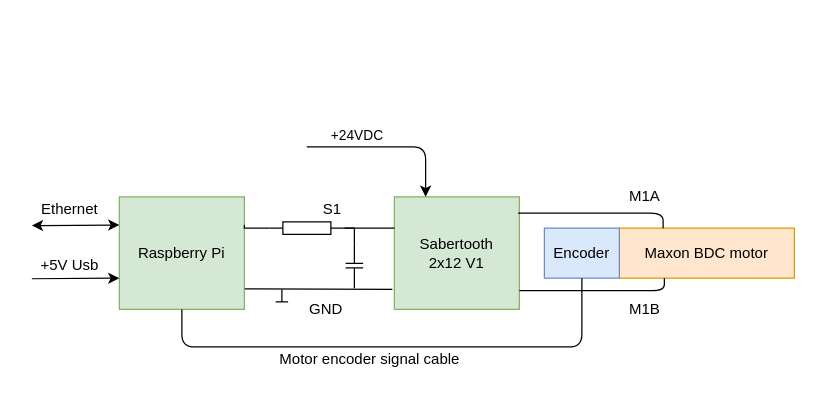
Jeedella/ElevatorControlSysFontys keeps this draw.io diagram as 4. System Engineering/MBSE wiring.drawio. Above is the earlier version. Source tidied: cells renumbered, new cells numbered last; positions are measured from the earlier drawing's top-left corner, leaving out a move shared by most shapes. Both pictures are drawn from the tidied source at 125%, with x=0, y=0 at pixel (31, 146).
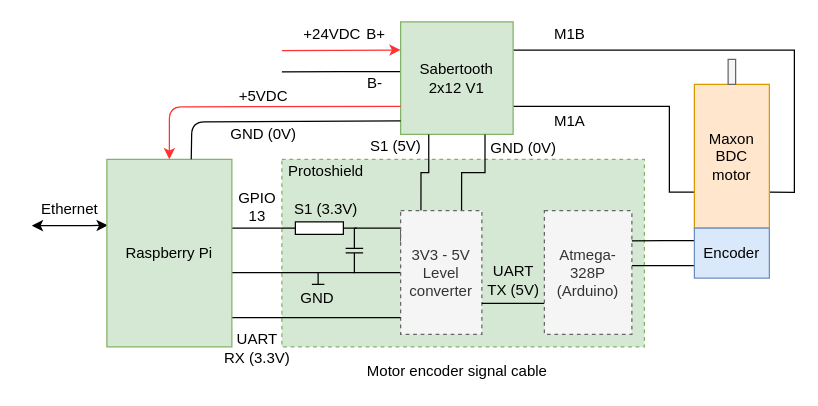
After the change.

Change to the diagram source:
```diff
@@
+    <mxCell id="28" style="rounded=0;whiteSpace=wrap;html=1;fillColor=#d5e8d4;strokeColor=#82b366;dashed=1;" parent="1" vertex="1">
+      <mxGeometry x="200" y="10" width="290" height="150" as="geometry" />
+    </mxCell>
+    <mxCell id="29" style="edgeStyle=orthogonalEdgeStyle;rounded=0;jettySize=auto;html=1;exitX=1;exitY=0.75;exitDx=0;exitDy=0;entryX=0;entryY=0.75;entryDx=0;entryDy=0;endArrow=none;endFill=0;" parent="1" edge="1" source="2" target="3">
+      <mxGeometry relative="1" as="geometry">
+        <Array as="points">
+          <mxPoint x="510" y="-32" />
+          <mxPoint x="510" y="36" />
+        </Array>
+      </mxGeometry>
+    </mxCell>
+    <mxCell id="30" style="edgeStyle=orthogonalEdgeStyle;rounded=0;jettySize=auto;html=1;exitX=1;exitY=0.25;exitDx=0;exitDy=0;entryX=1;entryY=0.75;entryDx=0;entryDy=0;endArrow=none;endFill=0;" parent="1" edge="1" source="2" target="3">
+      <mxGeometry relative="1" as="geometry" />
+    </mxCell>
+    <mxCell id="31" style="edgeStyle=orthogonalEdgeStyle;rounded=0;jettySize=auto;html=1;exitX=0.006;exitY=0.442;exitDx=0;exitDy=0;endArrow=none;endFill=0;exitPerimeter=0;" parent="1" edge="1" source="2">
+      <mxGeometry relative="1" as="geometry">
+        <mxPoint x="200" y="-60" as="targetPoint" />
+      </mxGeometry>
+    </mxCell>
     <mxCell id="2" value="Sabertooth&lt;br&gt;2x12 V1" style="rounded=0;whiteSpace=wrap;html=1;fillColor=#d5e8d4;strokeColor=#82b366;" parent="1" vertex="1">
-      <mxGeometry x="290" y="40" width="100" height="90" as="geometry" />
+      <mxGeometry x="295" y="-100" width="90" height="90" as="geometry" />
     </mxCell>
     <mxCell id="3" value="Maxon BDC motor" style="rounded=0;whiteSpace=wrap;html=1;fillColor=#ffe6cc;strokeColor=#d79b00;" parent="1" vertex="1">
-      <mxGeometry x="470" y="65" width="140" height="40" as="geometry" />
+      <mxGeometry x="530" y="-50" width="60" height="115" as="geometry" />
     </mxCell>
-    <mxCell id="4" value="Raspberry Pi" style="rounded=0;whiteSpace=wrap;html=1;fillColor=#d5e8d4;strokeColor=#82b366;" parent="1" vertex="1">
-      <mxGeometry x="70" y="40" width="100" height="90" as="geometry" />
-    </mxCell>
-    <mxCell id="5" style="endArrow=classic;startArrow=classic;html=1;entryX=0;entryY=0.25;entryDx=0;entryDy=0;" parent="1" edge="1" target="4">
+    <mxCell id="5" style="endArrow=classic;startArrow=classic;html=1;entryX=0.007;entryY=0.352;entryDx=0;entryDy=0;entryPerimeter=0;" parent="1" edge="1" target="4">
       <mxGeometry relative="1" as="geometry">
         <mxPoint y="63" as="sourcePoint" />
+        <Array as="points">
+          <mxPoint x="40" y="63" />
+        </Array>
       </mxGeometry>
     </mxCell>
@@
-    <mxCell id="7" style="endArrow=classic;startArrow=none;html=1;entryX=0;entryY=0.25;entryDx=0;entryDy=0;startFill=0;" parent="1" edge="1">
-      <mxGeometry relative="1" as="geometry">
-        <mxPoint y="105.5" as="sourcePoint" />
-        <mxPoint x="70" y="105" as="targetPoint" />
-      </mxGeometry>
-    </mxCell>
-    <mxCell id="8" value="+5V Usb" style="text;html=1;align=center;verticalAlign=middle;" parent="1" vertex="1">
-      <mxGeometry y="85" width="60" height="20" as="geometry" />
-    </mxCell>
-    <mxCell id="9" style="endArrow=classic;html=1;entryX=0.25;entryY=0;entryDx=0;entryDy=0;" parent="1" edge="1" target="2">
-      <mxGeometry relative="1" as="geometry">
-        <mxPoint x="220" as="sourcePoint" />
-        <Array as="points">
-          <mxPoint x="315" />
-        </Array>
-      </mxGeometry>
-    </mxCell>
-    <mxCell id="10" value="+24VDC" style="edgeLabel;html=1;align=center;verticalAlign=middle;" parent="9" vertex="1">
-      <mxGeometry x="-0.67" y="4" relative="1" as="geometry">
-        <mxPoint x="17.6" y="-6" as="offset" />
-      </mxGeometry>
-    </mxCell>
+    <mxCell id="32" style="edgeStyle=orthogonalEdgeStyle;rounded=0;jettySize=auto;html=1;exitX=1;exitY=0.5;exitDx=0;exitDy=0;exitPerimeter=0;entryX=0;entryY=0.25;entryDx=0;entryDy=0;endArrow=none;endFill=0;" parent="1" edge="1" source="13" target="40">
+      <mxGeometry relative="1" as="geometry" />
+    </mxCell>
-    <mxCell id="11" style="edgeStyle=orthogonalEdgeStyle;rounded=0;jettySize=auto;html=1;exitX=0;exitY=0.5;exitDx=0;exitDy=0;exitPerimeter=0;entryX=1;entryY=0.25;entryDx=0;entryDy=0;startArrow=none;startFill=0;endArrow=none;endFill=0;" parent="1" edge="1" source="13" target="4">
+    <mxCell id="11" style="edgeStyle=orthogonalEdgeStyle;rounded=0;jettySize=auto;html=1;exitX=0;exitY=0.5;exitDx=0;exitDy=0;exitPerimeter=0;entryX=0.996;entryY=0.366;entryDx=0;entryDy=0;entryPerimeter=0;endArrow=none;endFill=0;" parent="1" edge="1" source="13" target="4">
       <mxGeometry relative="1" as="geometry" />
     </mxCell>
-    <mxCell id="12" style="edgeStyle=orthogonalEdgeStyle;rounded=0;jettySize=auto;html=1;exitX=1;exitY=0.5;exitDx=0;exitDy=0;exitPerimeter=0;entryX=0.001;entryY=0.278;entryDx=0;entryDy=0;entryPerimeter=0;startArrow=none;startFill=0;endArrow=none;endFill=0;" parent="1" edge="1" source="13" target="2">
-      <mxGeometry relative="1" as="geometry" />
-    </mxCell>
     <mxCell id="13" style="verticalLabelPosition=bottom;shadow=0;dashed=0;align=center;html=1;verticalAlign=top;shape=mxgraph.electrical.resistors.resistor_1;" parent="1" vertex="1">
-      <mxGeometry x="190" y="60" width="60" height="10" as="geometry" />
+      <mxGeometry x="200" y="60" width="60" height="10" as="geometry" />
     </mxCell>
@@
     <mxCell id="15" style="verticalLabelPosition=bottom;shadow=0;dashed=0;align=center;html=1;verticalAlign=top;shape=mxgraph.electrical.capacitors.capacitor_1;rotation=90;" parent="1" vertex="1">
-      <mxGeometry x="240" y="88" width="36" height="14" as="geometry" />
+      <mxGeometry x="240" y="76" width="36" height="14" as="geometry" />
     </mxCell>
-    <mxCell id="16" style="endArrow=none;html=1;entryX=-0.016;entryY=0.822;entryDx=0;entryDy=0;entryPerimeter=0;exitX=1.003;exitY=0.817;exitDx=0;exitDy=0;exitPerimeter=0;" parent="1" edge="1" source="4" target="2">
-      <mxGeometry relative="1" as="geometry" />
-    </mxCell>
     <mxCell id="17" style="endArrow=none;html=1;" parent="1" edge="1">
       <mxGeometry relative="1" as="geometry">
-        <mxPoint x="200" y="124" as="sourcePoint" />
-        <mxPoint x="200" y="114" as="targetPoint" />
+        <mxPoint x="229" y="110" as="sourcePoint" />
+        <mxPoint x="229" y="100" as="targetPoint" />
+        <Array as="points">
+          <mxPoint x="229" y="100" />
+        </Array>
       </mxGeometry>
     </mxCell>
     <mxCell id="18" style="endArrow=none;html=1;" parent="1" edge="1">
       <mxGeometry relative="1" as="geometry">
-        <mxPoint x="195" y="124" as="sourcePoint" />
-        <mxPoint x="205" y="124" as="targetPoint" />
+        <mxPoint x="224" y="110" as="sourcePoint" />
+        <mxPoint x="234" y="110" as="targetPoint" />
       </mxGeometry>
     </mxCell>
-    <mxCell id="19" value="S1" style="text;html=1;align=center;verticalAlign=middle;" parent="1" vertex="1">
-      <mxGeometry x="225" y="40" width="30" height="20" as="geometry" />
+    <mxCell id="19" value="S1 (3.3V)" style="text;html=1;align=center;verticalAlign=middle;" parent="1" vertex="1">
+      <mxGeometry x="200" y="40" width="70" height="20" as="geometry" />
     </mxCell>
     <mxCell id="20" value="GND" style="text;html=1;align=center;verticalAlign=middle;" parent="1" vertex="1">
-      <mxGeometry x="215" y="120" width="40" height="20" as="geometry" />
+      <mxGeometry x="208" y="111" width="40" height="20" as="geometry" />
     </mxCell>
+    <mxCell id="33" style="edgeStyle=orthogonalEdgeStyle;rounded=0;jettySize=auto;html=1;exitX=0;exitY=0.75;exitDx=0;exitDy=0;entryX=0.999;entryY=0.445;entryDx=0;entryDy=0;entryPerimeter=0;endArrow=none;endFill=0;" parent="1" edge="1" source="21" target="46">
+      <mxGeometry relative="1" as="geometry" />
+    </mxCell>
+    <mxCell id="34" style="edgeStyle=orthogonalEdgeStyle;rounded=0;jettySize=auto;html=1;exitX=0;exitY=0.25;exitDx=0;exitDy=0;entryX=0.99;entryY=0.244;entryDx=0;entryDy=0;entryPerimeter=0;endArrow=none;endFill=0;" parent="1" edge="1" source="21" target="46">
+      <mxGeometry relative="1" as="geometry" />
+    </mxCell>
     <mxCell id="21" value="Encoder" style="rounded=0;whiteSpace=wrap;html=1;fillColor=#dae8fc;strokeColor=#6c8ebf;" parent="1" vertex="1">
-      <mxGeometry x="410" y="65" width="60" height="40" as="geometry" />
+      <mxGeometry x="530" y="65" width="60" height="40" as="geometry" />
     </mxCell>
-    <mxCell id="22" style="endArrow=none;html=1;exitX=0.99;exitY=0.144;exitDx=0;exitDy=0;exitPerimeter=0;entryX=0.25;entryY=0;entryDx=0;entryDy=0;" parent="1" edge="1" source="2" target="3">
-      <mxGeometry relative="1" as="geometry">
-        <Array as="points">
-          <mxPoint x="505" y="53" />
-        </Array>
-      </mxGeometry>
-    </mxCell>
-    <mxCell id="23" style="endArrow=none;html=1;exitX=0.99;exitY=0.144;exitDx=0;exitDy=0;exitPerimeter=0;" parent="1" edge="1">
-      <mxGeometry relative="1" as="geometry">
-        <mxPoint x="390" y="115" as="sourcePoint" />
-        <mxPoint x="506" y="105" as="targetPoint" />
-        <Array as="points">
-          <mxPoint x="506" y="115" />
-        </Array>
-      </mxGeometry>
-    </mxCell>
     <mxCell id="24" value="M1A" style="text;html=1;align=center;verticalAlign=middle;" parent="1" vertex="1">
-      <mxGeometry x="470" y="30" width="40" height="20" as="geometry" />
+      <mxGeometry x="410" y="-30" width="40" height="20" as="geometry" />
     </mxCell>
     <mxCell id="25" value="M1B" style="text;html=1;align=center;verticalAlign=middle;" parent="1" vertex="1">
-      <mxGeometry x="470" y="120" width="40" height="20" as="geometry" />
+      <mxGeometry x="410" y="-100" width="40" height="20" as="geometry" />
     </mxCell>
-    <mxCell id="26" style="endArrow=none;html=1;exitX=0.5;exitY=1;exitDx=0;exitDy=0;" parent="1" edge="1" source="4">
-      <mxGeometry relative="1" as="geometry">
-        <mxPoint x="440" y="105" as="targetPoint" />
-        <Array as="points">
-          <mxPoint x="120" y="160" />
-          <mxPoint x="440" y="160" />
-        </Array>
-      </mxGeometry>
-    </mxCell>
     <mxCell id="27" value="Motor encoder signal cable" style="text;html=1;align=center;verticalAlign=middle;" parent="1" vertex="1">
-      <mxGeometry x="190" y="160" width="160" height="20" as="geometry" />
+      <mxGeometry x="260" y="170" width="160" height="20" as="geometry" />
     </mxCell>
+    <mxCell id="35" value="Protoshield" style="text;html=1;align=center;verticalAlign=middle;" parent="1" vertex="1">
+      <mxGeometry x="195" y="10" width="80" height="20" as="geometry" />
+    </mxCell>
+    <mxCell id="36" value="GPIO&lt;br&gt;13" style="text;html=1;align=center;verticalAlign=middle;" parent="1" vertex="1">
+      <mxGeometry x="155" y="33" width="50" height="30" as="geometry" />
+    </mxCell>
+    <mxCell id="37" style="edgeStyle=orthogonalEdgeStyle;rounded=0;jettySize=auto;html=1;exitX=0.25;exitY=0;exitDx=0;exitDy=0;entryX=0.25;entryY=1;entryDx=0;entryDy=0;endArrow=none;endFill=0;" parent="1" edge="1" source="40" target="2">
+      <mxGeometry relative="1" as="geometry" />
+    </mxCell>
+    <mxCell id="38" style="edgeStyle=orthogonalEdgeStyle;rounded=0;jettySize=auto;html=1;exitX=0.75;exitY=0;exitDx=0;exitDy=0;entryX=0.75;entryY=1;entryDx=0;entryDy=0;endArrow=none;endFill=0;" parent="1" edge="1" source="40" target="2">
+      <mxGeometry relative="1" as="geometry" />
+    </mxCell>
+    <mxCell id="39" style="edgeStyle=orthogonalEdgeStyle;rounded=0;jettySize=auto;html=1;exitX=0;exitY=0.5;exitDx=0;exitDy=0;entryX=0.998;entryY=0.604;entryDx=0;entryDy=0;entryPerimeter=0;endArrow=none;endFill=0;" parent="1" edge="1" source="40" target="4">
+      <mxGeometry relative="1" as="geometry" />
+    </mxCell>
+    <mxCell id="40" value="3V3 - 5V&lt;br&gt;Level converter" style="rounded=0;whiteSpace=wrap;html=1;dashed=1;fillColor=#f5f5f5;strokeColor=#666666;fontColor=#333333;" parent="1" vertex="1">
+      <mxGeometry x="295" y="51" width="65" height="99" as="geometry" />
+    </mxCell>
+    <mxCell id="41" value="S1 (5V)" style="text;whiteSpace=wrap;html=1;" parent="1" vertex="1">
+      <mxGeometry x="269" y="-14" width="160" height="30" as="geometry" />
+    </mxCell>
+    <mxCell id="42" value="GND (0V)" style="text;html=1;align=center;verticalAlign=middle;" parent="1" vertex="1">
+      <mxGeometry x="358" y="-9" width="70" height="20" as="geometry" />
+    </mxCell>
+    <mxCell id="43" style="edgeStyle=orthogonalEdgeStyle;rounded=0;jettySize=auto;html=1;exitX=0.992;exitY=0.844;exitDx=0;exitDy=0;entryX=-0.001;entryY=0.864;entryDx=0;entryDy=0;entryPerimeter=0;endArrow=none;endFill=0;exitPerimeter=0;" parent="1" edge="1" source="4" target="40">
+      <mxGeometry relative="1" as="geometry" />
+    </mxCell>
+    <mxCell id="4" value="Raspberry Pi" style="rounded=0;whiteSpace=wrap;html=1;fillColor=#d5e8d4;strokeColor=#82b366;" parent="1" vertex="1">
+      <mxGeometry x="60" y="10" width="100" height="150" as="geometry" />
+    </mxCell>
+    <mxCell id="44" value="UART&lt;br&gt;RX (3.3V)" style="text;html=1;align=center;verticalAlign=middle;" parent="1" vertex="1">
+      <mxGeometry x="145" y="146" width="70" height="30" as="geometry" />
+    </mxCell>
+    <mxCell id="45" style="edgeStyle=orthogonalEdgeStyle;rounded=0;jettySize=auto;html=1;exitX=0;exitY=0.75;exitDx=0;exitDy=0;entryX=1;entryY=0.75;entryDx=0;entryDy=0;endArrow=none;endFill=0;" parent="1" edge="1" source="46" target="40">
+      <mxGeometry relative="1" as="geometry" />
+    </mxCell>
+    <mxCell id="46" value="Atmega-328P&lt;br&gt;(Arduino)" style="rounded=0;whiteSpace=wrap;html=1;dashed=1;fillColor=#f5f5f5;strokeColor=#666666;fontColor=#333333;" parent="1" vertex="1">
+      <mxGeometry x="410" y="51" width="70" height="99" as="geometry" />
+    </mxCell>
+    <mxCell id="47" style="rounded=0;whiteSpace=wrap;html=1;fillColor=#f5f5f5;strokeColor=#666666;fontColor=#333333;" parent="1" vertex="1">
+      <mxGeometry x="557" y="-70" width="6" height="20" as="geometry" />
+    </mxCell>
+    <mxCell id="48" value="UART&lt;br&gt;TX (5V)" style="text;html=1;align=center;verticalAlign=middle;" parent="1" vertex="1">
+      <mxGeometry x="355" y="92" width="60" height="30" as="geometry" />
+    </mxCell>
+    <mxCell id="49" style="endArrow=classic;html=1;entryX=0;entryY=0.25;entryDx=0;entryDy=0;fillColor=#f8cecc;strokeColor=#FF3333;" parent="1" edge="1" target="2">
+      <mxGeometry relative="1" as="geometry">
+        <mxPoint x="200" y="-77" as="sourcePoint" />
+      </mxGeometry>
+    </mxCell>
+    <mxCell id="10" value="+24VDC" style="text;html=1;align=center;verticalAlign=middle;" parent="1" vertex="1">
+      <mxGeometry x="210" y="-100" width="60" height="20" as="geometry" />
+    </mxCell>
+    <mxCell id="50" style="endArrow=classic;html=1;exitX=0;exitY=0.75;exitDx=0;exitDy=0;entryX=0.5;entryY=0;entryDx=0;entryDy=0;strokeColor=#FF3333;" parent="1" edge="1" source="2" target="4">
+      <mxGeometry relative="1" as="geometry">
+        <Array as="points">
+          <mxPoint x="110" y="-32" />
+        </Array>
+      </mxGeometry>
+    </mxCell>
+    <mxCell id="51" value="+5VDC" style="text;html=1;align=center;verticalAlign=middle;" parent="1" vertex="1">
+      <mxGeometry x="160" y="-50" width="50" height="20" as="geometry" />
+    </mxCell>
+    <mxCell id="52" value="B+" style="text;html=1;align=center;verticalAlign=middle;" parent="1" vertex="1">
+      <mxGeometry x="260" y="-100" width="30" height="20" as="geometry" />
+    </mxCell>
+    <mxCell id="53" value="B-" style="text;html=1;align=center;verticalAlign=middle;" parent="1" vertex="1">
+      <mxGeometry x="259" y="-61" width="30" height="20" as="geometry" />
+    </mxCell>
+    <mxCell id="16" style="endArrow=none;html=1;strokeColor=#000000;entryX=0;entryY=0.881;entryDx=0;entryDy=0;entryPerimeter=0;exitX=0.675;exitY=-0.001;exitDx=0;exitDy=0;exitPerimeter=0;" parent="1" edge="1" source="4" target="2">
+      <mxGeometry relative="1" as="geometry">
+        <Array as="points">
+          <mxPoint x="128" y="-20" />
+        </Array>
+      </mxGeometry>
+    </mxCell>
+    <mxCell id="54" value="GND (0V)" style="text;html=1;align=center;verticalAlign=middle;" parent="1" vertex="1">
+      <mxGeometry x="150" y="-20" width="70" height="20" as="geometry" />
+    </mxCell>
```
